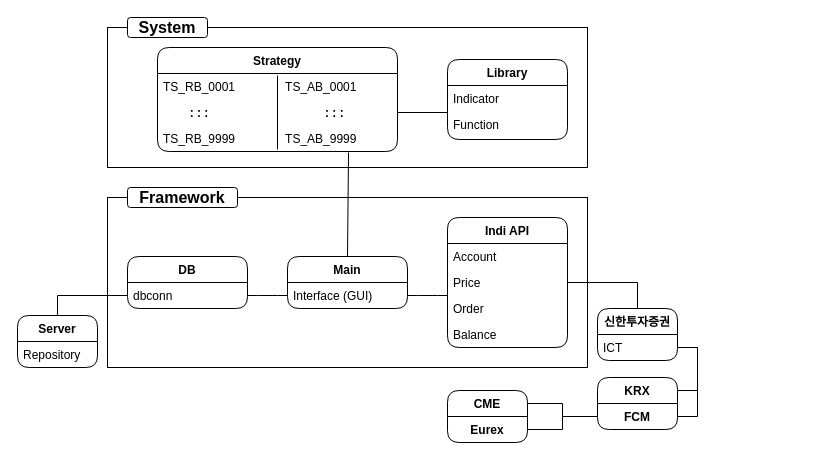
Above: etc/TS_시스템구조도.drawio in BHLee83/TS (draw.io), before the change. Source tidied: cells renumbered, new cells numbered last; positions are measured from the earlier drawing's top-left corner, leaving out a move shared by most shapes. Both pictures are drawn from the tidied source at 100%, with x=0, y=0 at pixel (17, 17).
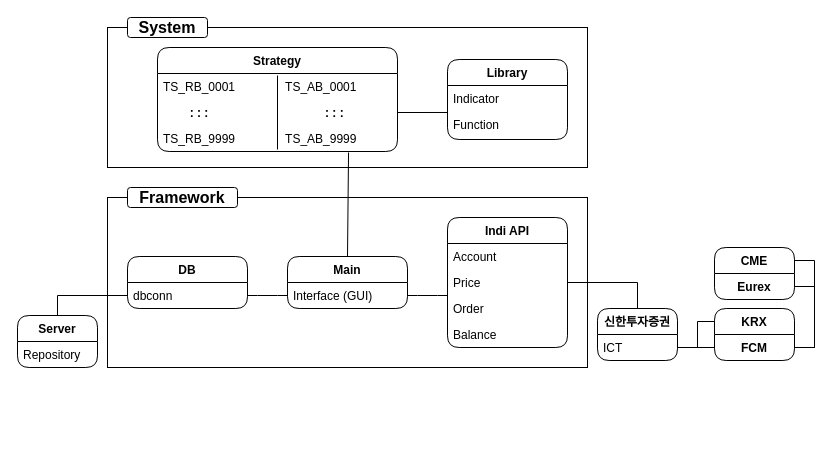
The same page after the edit.

Commit message:
TS_시스템구조도.drawio

The change refers to these unchanged cells:
```xml
<mxCell id="32" value="ICT" style="text;align=left;verticalAlign=top;spacingLeft=4;spacingRight=4;overflow=hidden;points=[[0,0.5],[1,0.5]];portConstraint=eastwest;rounded=1;" parent="31" vertex="1">
  <mxGeometry y="26" width="80" height="26" as="geometry" />
</mxCell>
<mxCell id="34" value="FCM" style="text;align=center;verticalAlign=top;spacingLeft=4;spacingRight=4;overflow=hidden;points=[[0,0.5],[1,0.5]];portConstraint=eastwest;rounded=1;fontStyle=1;" parent="33" vertex="1">
  <mxGeometry y="26" width="80" height="26" as="geometry" />
</mxCell>
<mxCell id="38" value="Eurex" style="text;align=center;verticalAlign=top;spacingLeft=4;spacingRight=4;overflow=hidden;points=[[0,0.5],[1,0.5]];portConstraint=eastwest;rounded=1;fontStyle=1;" parent="37" vertex="1">
  <mxGeometry y="26" width="80" height="26" as="geometry" />
</mxCell>
```

The edit, as a diff of the source:
```diff
@@
     <mxCell id="33" value="KRX" style="swimlane;fontStyle=1;align=center;verticalAlign=top;horizontal=1;startSize=26;rounded=1;shadow=0;strokeWidth=1;" parent="1" vertex="1">
-      <mxGeometry x="580" y="360" width="80" height="52" as="geometry" />
+      <mxGeometry x="697" y="291" width="80" height="52" as="geometry" />
     </mxCell>
@@
-    <mxCell id="35" style="edgeStyle=orthogonalEdgeStyle;rounded=0;jettySize=auto;html=1;exitX=1;exitY=0.5;exitDx=0;exitDy=0;entryX=1;entryY=0.25;entryDx=0;entryDy=0;fontSize=12;endArrow=none;endFill=0;startSize=14;endSize=11;" parent="1" edge="1" source="32" target="33">
+    <mxCell id="35" style="edgeStyle=orthogonalEdgeStyle;rounded=0;jettySize=auto;html=1;exitX=1;exitY=0.5;exitDx=0;exitDy=0;entryX=0;entryY=0.25;entryDx=0;entryDy=0;fontSize=12;endArrow=none;endFill=0;startSize=14;endSize=11;" parent="1" edge="1" source="32" target="33">
       <mxGeometry relative="1" as="geometry" />
     </mxCell>
-    <mxCell id="36" style="edgeStyle=orthogonalEdgeStyle;rounded=0;jettySize=auto;html=1;exitX=1;exitY=0.25;exitDx=0;exitDy=0;entryX=0;entryY=0.5;entryDx=0;entryDy=0;fontSize=12;endArrow=none;endFill=0;startSize=14;endSize=11;" parent="1" edge="1" source="37" target="34">
+    <mxCell id="36" style="edgeStyle=orthogonalEdgeStyle;rounded=0;jettySize=auto;html=1;exitX=1;exitY=0.25;exitDx=0;exitDy=0;entryX=1;entryY=0.5;entryDx=0;entryDy=0;fontSize=12;endArrow=none;endFill=0;startSize=14;endSize=11;" parent="1" edge="1" source="37" target="34">
       <mxGeometry relative="1" as="geometry" />
     </mxCell>
     <mxCell id="37" value="CME" style="swimlane;fontStyle=1;align=center;verticalAlign=top;horizontal=1;startSize=26;rounded=1;shadow=0;strokeWidth=1;" parent="1" vertex="1">
-      <mxGeometry x="430" y="373" width="80" height="52" as="geometry" />
+      <mxGeometry x="697" y="230" width="80" height="52" as="geometry" />
     </mxCell>
@@
-    <mxCell id="40" style="edgeStyle=orthogonalEdgeStyle;rounded=0;jettySize=auto;html=1;exitX=1;exitY=0.5;exitDx=0;exitDy=0;entryX=1;entryY=0.5;entryDx=0;entryDy=0;fontSize=12;endArrow=none;endFill=0;startSize=14;endSize=11;" parent="1" edge="1" source="32" target="34">
+    <mxCell id="40" style="edgeStyle=orthogonalEdgeStyle;rounded=0;jettySize=auto;html=1;exitX=1;exitY=0.5;exitDx=0;exitDy=0;entryX=0;entryY=0.5;entryDx=0;entryDy=0;fontSize=12;endArrow=none;endFill=0;startSize=14;endSize=11;" parent="1" edge="1" source="32" target="34">
       <mxGeometry relative="1" as="geometry" />
     </mxCell>
-    <mxCell id="41" style="edgeStyle=orthogonalEdgeStyle;rounded=0;jettySize=auto;html=1;exitX=1;exitY=0.5;exitDx=0;exitDy=0;fontSize=12;endArrow=none;endFill=0;startSize=14;endSize=11;entryX=0;entryY=0.5;entryDx=0;entryDy=0;" parent="1" edge="1" source="38" target="34">
+    <mxCell id="41" style="edgeStyle=orthogonalEdgeStyle;rounded=0;jettySize=auto;html=1;exitX=1;exitY=0.5;exitDx=0;exitDy=0;fontSize=12;endArrow=none;endFill=0;startSize=14;endSize=11;entryX=1;entryY=0.5;entryDx=0;entryDy=0;" parent="1" edge="1" source="38" target="34">
       <mxGeometry relative="1" as="geometry" />
     </mxCell>
```
